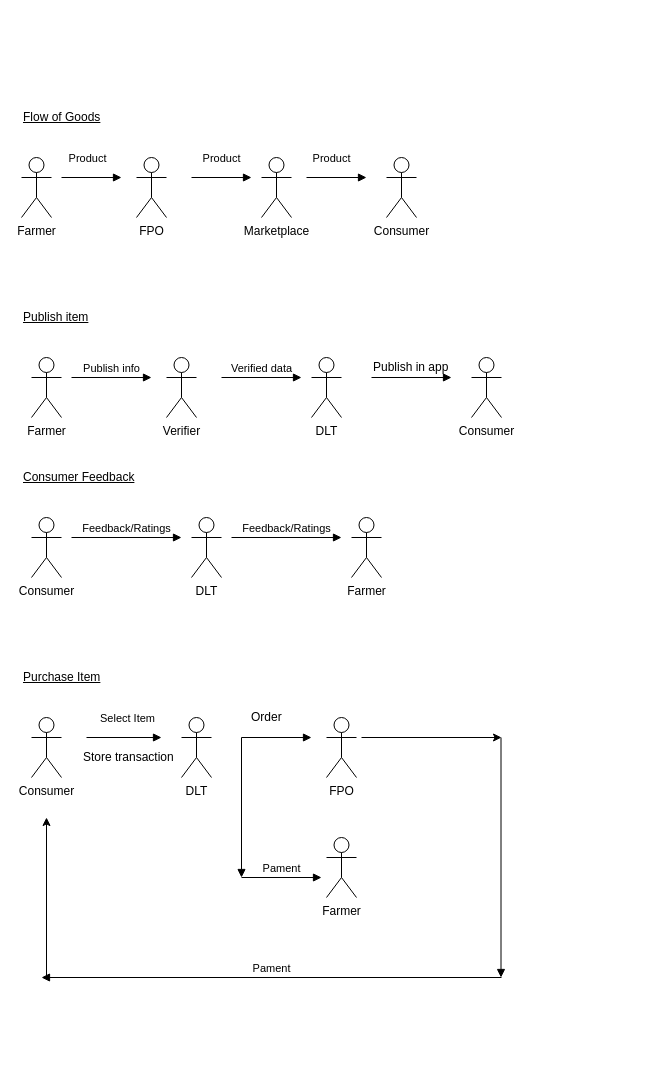
Above: AC-Flow.drawio in shscs911/Calibre-themes-files (draw.io), before the change. Source tidied: cells renumbered, new cells numbered last; positions are measured from the earlier drawing's top-left corner, leaving out a move shared by most shapes. Both pictures are drawn from the tidied source at 100%, with x=0, y=0 at pixel (21, 97).
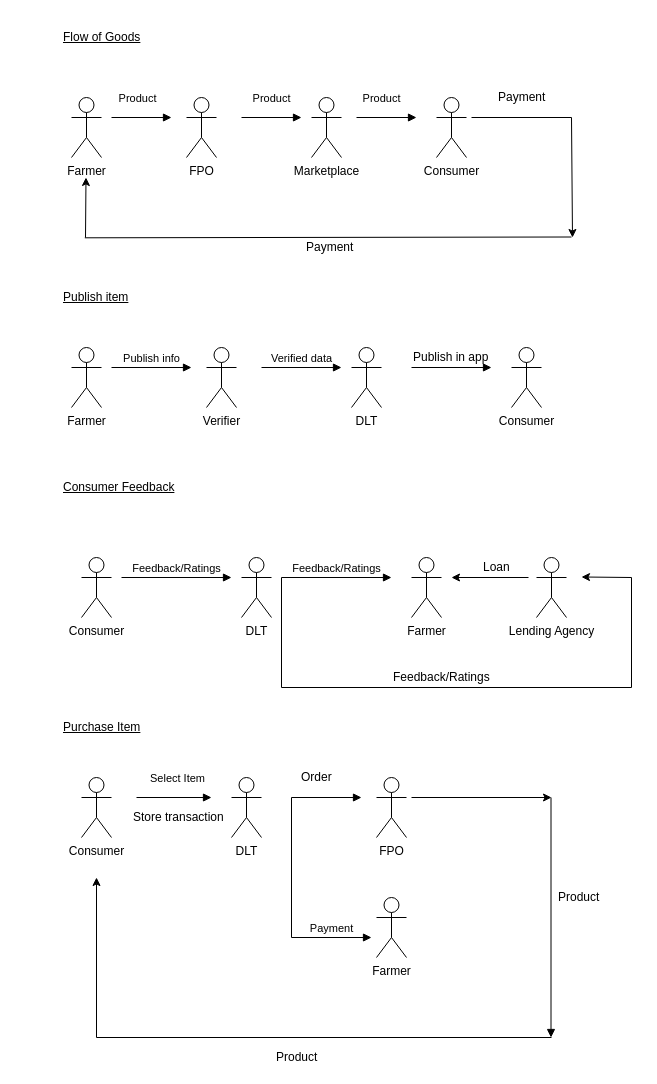
The same page after the edit.

Diff of the diagram source:
```diff
@@
     <mxCell id="2" value="Farmer" style="shape=umlActor;verticalLabelPosition=bottom;labelBackgroundColor=#ffffff;verticalAlign=top;html=1;" parent="1" vertex="1">
-      <mxGeometry y="60" width="30" height="60" as="geometry" />
+      <mxGeometry x="50" width="30" height="60" as="geometry" />
     </mxCell>
     <mxCell id="3" value="Product" style="html=1;verticalAlign=bottom;endArrow=block;" parent="1" edge="1">
       <mxGeometry x="-0.14" y="10" relative="1" as="geometry">
-        <mxPoint x="40" y="80" as="sourcePoint" />
-        <mxPoint x="100" y="80" as="targetPoint" />
+        <mxPoint x="90" y="20" as="sourcePoint" />
+        <mxPoint x="150" y="20" as="targetPoint" />
       </mxGeometry>
     </mxCell>
     <mxCell id="4" value="FPO" style="shape=umlActor;verticalLabelPosition=bottom;labelBackgroundColor=#ffffff;verticalAlign=top;html=1;" parent="1" vertex="1">
-      <mxGeometry x="115" y="60" width="30" height="60" as="geometry" />
+      <mxGeometry x="165" width="30" height="60" as="geometry" />
     </mxCell>
     <mxCell id="5" value="Product" style="html=1;verticalAlign=bottom;endArrow=block;" parent="1" edge="1">
       <mxGeometry y="10" relative="1" as="geometry">
-        <mxPoint x="170" y="80" as="sourcePoint" />
-        <mxPoint x="230" y="80" as="targetPoint" />
+        <mxPoint x="220" y="20" as="sourcePoint" />
+        <mxPoint x="280" y="20" as="targetPoint" />
       </mxGeometry>
     </mxCell>
     <mxCell id="6" value="Marketplace" style="shape=umlActor;verticalLabelPosition=bottom;labelBackgroundColor=#ffffff;verticalAlign=top;html=1;" parent="1" vertex="1">
-      <mxGeometry x="240" y="60" width="30" height="60" as="geometry" />
+      <mxGeometry x="290" width="30" height="60" as="geometry" />
     </mxCell>
     <mxCell id="7" value="Consumer" style="shape=umlActor;verticalLabelPosition=bottom;labelBackgroundColor=#ffffff;verticalAlign=top;html=1;" parent="1" vertex="1">
-      <mxGeometry x="365" y="60" width="30" height="60" as="geometry" />
+      <mxGeometry x="415" width="30" height="60" as="geometry" />
     </mxCell>
     <mxCell id="8" value="Product" style="html=1;verticalAlign=bottom;endArrow=block;" parent="1" edge="1">
       <mxGeometry x="-0.17" y="10" relative="1" as="geometry">
-        <mxPoint x="285" y="80" as="sourcePoint" />
-        <mxPoint x="345" y="80" as="targetPoint" />
+        <mxPoint x="335" y="20" as="sourcePoint" />
+        <mxPoint x="395" y="20" as="targetPoint" />
       </mxGeometry>
     </mxCell>
     <mxCell id="9" value="Farmer" style="shape=umlActor;verticalLabelPosition=bottom;labelBackgroundColor=#ffffff;verticalAlign=top;html=1;" parent="1" vertex="1">
-      <mxGeometry x="10" y="260" width="30" height="60" as="geometry" />
+      <mxGeometry x="50" y="250" width="30" height="60" as="geometry" />
     </mxCell>
     <mxCell id="10" value="Publish info" style="html=1;verticalAlign=bottom;endArrow=block;" parent="1" edge="1">
       <mxGeometry relative="1" as="geometry">
-        <mxPoint x="50" y="280" as="sourcePoint" />
-        <mxPoint x="130" y="280" as="targetPoint" />
+        <mxPoint x="90" y="270" as="sourcePoint" />
+        <mxPoint x="170" y="270" as="targetPoint" />
       </mxGeometry>
     </mxCell>
     <mxCell id="11" value="Verifier" style="shape=umlActor;verticalLabelPosition=bottom;labelBackgroundColor=#ffffff;verticalAlign=top;html=1;" parent="1" vertex="1">
-      <mxGeometry x="145" y="260" width="30" height="60" as="geometry" />
+      <mxGeometry x="185" y="250" width="30" height="60" as="geometry" />
     </mxCell>
     <mxCell id="12" value="Verified data" style="html=1;verticalAlign=bottom;endArrow=block;" parent="1" edge="1">
       <mxGeometry relative="1" as="geometry">
-        <mxPoint x="200" y="280" as="sourcePoint" />
-        <mxPoint x="280" y="280" as="targetPoint" />
+        <mxPoint x="240" y="270" as="sourcePoint" />
+        <mxPoint x="320" y="270" as="targetPoint" />
       </mxGeometry>
     </mxCell>
     <mxCell id="13" value="DLT" style="shape=umlActor;verticalLabelPosition=bottom;labelBackgroundColor=#ffffff;verticalAlign=top;html=1;" parent="1" vertex="1">
-      <mxGeometry x="290" y="260" width="30" height="60" as="geometry" />
+      <mxGeometry x="330" y="250" width="30" height="60" as="geometry" />
     </mxCell>
     <mxCell id="14" style="html=1;verticalAlign=bottom;endArrow=block;" parent="1" edge="1">
       <mxGeometry relative="1" as="geometry">
-        <mxPoint x="350" y="280" as="sourcePoint" />
-        <mxPoint x="430" y="280" as="targetPoint" />
+        <mxPoint x="390" y="270" as="sourcePoint" />
+        <mxPoint x="470" y="270" as="targetPoint" />
       </mxGeometry>
     </mxCell>
     <mxCell id="15" value="Publish in app" style="text;html=1;align=left;verticalAlign=top;spacingTop=-4;" parent="1" vertex="1">
-      <mxGeometry x="350" y="260" width="90" height="20" as="geometry" />
+      <mxGeometry x="390" y="250" width="90" height="20" as="geometry" />
     </mxCell>
     <mxCell id="16" value="Consumer" style="shape=umlActor;verticalLabelPosition=bottom;labelBackgroundColor=#ffffff;verticalAlign=top;html=1;" parent="1" vertex="1">
-      <mxGeometry x="450" y="260" width="30" height="60" as="geometry" />
+      <mxGeometry x="490" y="250" width="30" height="60" as="geometry" />
     </mxCell>
     <mxCell id="17" value="Consumer" style="shape=umlActor;verticalLabelPosition=bottom;labelBackgroundColor=#ffffff;verticalAlign=top;html=1;" parent="1" vertex="1">
-      <mxGeometry x="10" y="420" width="30" height="60" as="geometry" />
+      <mxGeometry x="60" y="460" width="30" height="60" as="geometry" />
     </mxCell>
     <mxCell id="18" value="Feedback/Ratings" style="html=1;verticalAlign=bottom;endArrow=block;" parent="1" edge="1">
       <mxGeometry relative="1" as="geometry">
-        <mxPoint x="50" y="440" as="sourcePoint" />
-        <mxPoint x="160" y="440" as="targetPoint" />
+        <mxPoint x="100" y="480" as="sourcePoint" />
+        <mxPoint x="210" y="480" as="targetPoint" />
       </mxGeometry>
     </mxCell>
     <mxCell id="19" value="DLT" style="shape=umlActor;verticalLabelPosition=bottom;labelBackgroundColor=#ffffff;verticalAlign=top;html=1;" parent="1" vertex="1">
-      <mxGeometry x="170" y="420" width="30" height="60" as="geometry" />
+      <mxGeometry x="220" y="460" width="30" height="60" as="geometry" />
     </mxCell>
-    <mxCell id="20" value="Farmer" style="shape=umlActor;verticalLabelPosition=bottom;labelBackgroundColor=#ffffff;verticalAlign=top;html=1;" parent="1" vertex="1">
-      <mxGeometry x="330" y="420" width="30" height="60" as="geometry" />
+    <mxCell id="20" value="Lending Agency" style="shape=umlActor;verticalLabelPosition=bottom;labelBackgroundColor=#ffffff;verticalAlign=top;html=1;" parent="1" vertex="1">
+      <mxGeometry x="515" y="460" width="30" height="60" as="geometry" />
     </mxCell>
     <mxCell id="21" value="Feedback/Ratings" style="html=1;verticalAlign=bottom;endArrow=block;" parent="1" edge="1">
       <mxGeometry relative="1" as="geometry">
-        <mxPoint x="210" y="440" as="sourcePoint" />
-        <mxPoint x="320" y="440" as="targetPoint" />
+        <mxPoint x="260" y="480" as="sourcePoint" />
+        <mxPoint x="370" y="480" as="targetPoint" />
       </mxGeometry>
     </mxCell>
     <mxCell id="22" value="Flow of Goods" style="text;html=1;strokeColor=none;fillColor=none;align=left;verticalAlign=middle;whiteSpace=wrap;rounded=0;fontStyle=4;" parent="1" vertex="1">
-      <mxGeometry width="110" height="40" as="geometry" />
+      <mxGeometry x="40" y="-80" width="110" height="40" as="geometry" />
     </mxCell>
     <mxCell id="23" value="Publish item" style="text;html=1;strokeColor=none;fillColor=none;align=left;verticalAlign=middle;whiteSpace=wrap;rounded=0;fontStyle=4;" parent="1" vertex="1">
-      <mxGeometry y="200" width="110" height="40" as="geometry" />
+      <mxGeometry x="40" y="180" width="70" height="40" as="geometry" />
     </mxCell>
     <mxCell id="24" value="Consumer Feedback" style="text;html=1;strokeColor=none;fillColor=none;align=left;verticalAlign=middle;whiteSpace=wrap;rounded=0;fontStyle=4;" parent="1" vertex="1">
-      <mxGeometry y="360" width="120" height="40" as="geometry" />
+      <mxGeometry x="40" y="370" width="120" height="40" as="geometry" />
     </mxCell>
     <mxCell id="25" value="Purchase Item" style="text;html=1;strokeColor=none;fillColor=none;align=left;verticalAlign=middle;whiteSpace=wrap;rounded=0;fontStyle=4;" parent="1" vertex="1">
-      <mxGeometry y="560" width="120" height="40" as="geometry" />
+      <mxGeometry x="40" y="610" width="80" height="40" as="geometry" />
     </mxCell>
     <mxCell id="26" value="Consumer" style="shape=umlActor;verticalLabelPosition=bottom;labelBackgroundColor=#ffffff;verticalAlign=top;html=1;" parent="1" vertex="1">
-      <mxGeometry x="10" y="620" width="30" height="60" as="geometry" />
+      <mxGeometry x="60" y="680" width="30" height="60" as="geometry" />
     </mxCell>
     <mxCell id="27" value="Select Item" style="html=1;verticalAlign=bottom;endArrow=block;" parent="1" edge="1">
       <mxGeometry x="0.08" y="10" relative="1" as="geometry">
-        <mxPoint x="65" y="640" as="sourcePoint" />
-        <mxPoint x="140" y="640" as="targetPoint" />
+        <mxPoint x="115" y="700" as="sourcePoint" />
+        <mxPoint x="190" y="700" as="targetPoint" />
       </mxGeometry>
     </mxCell>
     <mxCell id="28" value="DLT" style="shape=umlActor;verticalLabelPosition=bottom;labelBackgroundColor=#ffffff;verticalAlign=top;html=1;" parent="1" vertex="1">
-      <mxGeometry x="160" y="620" width="30" height="60" as="geometry" />
+      <mxGeometry x="210" y="680" width="30" height="60" as="geometry" />
     </mxCell>
     <mxCell id="29" style="html=1;verticalAlign=bottom;endArrow=block;" parent="1" edge="1">
       <mxGeometry x="0.08" y="10" relative="1" as="geometry">
-        <mxPoint x="220" y="640" as="sourcePoint" />
-        <mxPoint x="290" y="640" as="targetPoint" />
+        <mxPoint x="270" y="700" as="sourcePoint" />
+        <mxPoint x="340" y="700" as="targetPoint" />
       </mxGeometry>
     </mxCell>
     <mxCell id="30" value="Store transaction" style="text;html=1;align=left;verticalAlign=top;spacingTop=-4;" parent="1" vertex="1">
-      <mxGeometry x="60" y="650" width="100" height="20" as="geometry" />
+      <mxGeometry x="110" y="710" width="100" height="20" as="geometry" />
     </mxCell>
     <mxCell id="31" value="FPO" style="shape=umlActor;verticalLabelPosition=bottom;labelBackgroundColor=#ffffff;verticalAlign=top;html=1;" parent="1" vertex="1">
-      <mxGeometry x="305" y="620" width="30" height="60" as="geometry" />
+      <mxGeometry x="355" y="680" width="30" height="60" as="geometry" />
     </mxCell>
     <mxCell id="32" value="Order" style="text;html=1;align=left;verticalAlign=top;spacingTop=-4;" parent="1" vertex="1">
-      <mxGeometry x="227.5" y="610" width="50" height="20" as="geometry" />
+      <mxGeometry x="277.5" y="670" width="50" height="20" as="geometry" />
     </mxCell>
-    <mxCell id="33" style="html=1;verticalAlign=bottom;endArrow=block;" parent="1" edge="1">
-      <mxGeometry relative="1" as="geometry">
-        <mxPoint x="220" y="640" as="sourcePoint" />
-        <mxPoint x="220" y="780" as="targetPoint" />
-      </mxGeometry>
-    </mxCell>
-    <mxCell id="34" value="Pament" style="html=1;verticalAlign=bottom;endArrow=block;" parent="1" edge="1">
-      <mxGeometry relative="1" as="geometry">
-        <mxPoint x="480" y="880" as="sourcePoint" />
-        <mxPoint x="20" y="880" as="targetPoint" />
-      </mxGeometry>
-    </mxCell>
     <mxCell id="35" value="Farmer" style="shape=umlActor;verticalLabelPosition=bottom;labelBackgroundColor=#ffffff;verticalAlign=top;html=1;" parent="1" vertex="1">
-      <mxGeometry x="305" y="740" width="30" height="60" as="geometry" />
+      <mxGeometry x="355" y="800" width="30" height="60" as="geometry" />
     </mxCell>
     <mxCell id="36" style="endArrow=classic;html=1;" parent="1" edge="1">
       <mxGeometry relative="1" as="geometry">
-        <mxPoint x="340" y="640" as="sourcePoint" />
-        <mxPoint x="480" y="640" as="targetPoint" />
+        <mxPoint x="390" y="700" as="sourcePoint" />
+        <mxPoint x="530" y="700" as="targetPoint" />
       </mxGeometry>
     </mxCell>
     <mxCell id="37" style="html=1;verticalAlign=bottom;endArrow=block;" parent="1" edge="1">
       <mxGeometry relative="1" as="geometry">
-        <mxPoint x="479.5" y="640" as="sourcePoint" />
-        <mxPoint x="479.5" y="880" as="targetPoint" />
+        <mxPoint x="529.5" y="700" as="sourcePoint" />
+        <mxPoint x="529.5" y="940" as="targetPoint" />
       </mxGeometry>
     </mxCell>
-    <mxCell id="38" value="Pament" style="html=1;verticalAlign=bottom;endArrow=block;" parent="1" edge="1">
+    <mxCell id="38" value="Payment" style="html=1;verticalAlign=bottom;endArrow=block;" parent="1" edge="1">
       <mxGeometry relative="1" as="geometry">
-        <mxPoint x="220" y="780" as="sourcePoint" />
-        <mxPoint x="300" y="780" as="targetPoint" />
+        <mxPoint x="270" y="840" as="sourcePoint" />
+        <mxPoint x="350" y="840" as="targetPoint" />
       </mxGeometry>
     </mxCell>
     <mxCell id="39" style="endArrow=classic;html=1;" parent="1" edge="1">
       <mxGeometry relative="1" as="geometry">
-        <mxPoint x="25" y="880" as="sourcePoint" />
-        <mxPoint x="25" y="720" as="targetPoint" />
+        <mxPoint x="75" y="940" as="sourcePoint" />
+        <mxPoint x="75" y="780" as="targetPoint" />
       </mxGeometry>
     </mxCell>
+    <mxCell id="40" style="endArrow=none;html=1;" parent="1" edge="1">
+      <mxGeometry relative="1" as="geometry">
+        <mxPoint x="270" y="840" as="sourcePoint" />
+        <mxPoint x="270" y="700" as="targetPoint" />
+      </mxGeometry>
+    </mxCell>
+    <mxCell id="41" style="endArrow=classic;html=1;" parent="1" edge="1">
+      <mxGeometry relative="1" as="geometry">
+        <mxPoint x="550" y="20" as="sourcePoint" />
+        <mxPoint x="551" y="140" as="targetPoint" />
+      </mxGeometry>
+    </mxCell>
+    <mxCell id="42" style="endArrow=none;html=1;" parent="1" edge="1">
+      <mxGeometry relative="1" as="geometry">
+        <mxPoint x="450" y="20" as="sourcePoint" />
+        <mxPoint x="550" y="20" as="targetPoint" />
+      </mxGeometry>
+    </mxCell>
+    <mxCell id="43" style="endArrow=classic;html=1;exitX=0.127;exitY=0;exitDx=0;exitDy=0;exitPerimeter=0;" parent="1" edge="1">
+      <mxGeometry relative="1" as="geometry">
+        <mxPoint x="64" y="140" as="sourcePoint" />
+        <mxPoint x="64.5" y="80" as="targetPoint" />
+      </mxGeometry>
+    </mxCell>
+    <mxCell id="44" style="endArrow=none;html=1;exitX=0.121;exitY=0.007;exitDx=0;exitDy=0;exitPerimeter=0;" parent="1" edge="1">
+      <mxGeometry relative="1" as="geometry">
+        <mxPoint x="63.3" y="140.3" as="sourcePoint" />
+        <mxPoint x="550" y="139.5" as="targetPoint" />
+      </mxGeometry>
+    </mxCell>
+    <mxCell id="45" style="endArrow=none;html=1;" parent="1" edge="1">
+      <mxGeometry relative="1" as="geometry">
+        <mxPoint x="260" y="590" as="sourcePoint" />
+        <mxPoint x="260" y="480" as="targetPoint" />
+      </mxGeometry>
+    </mxCell>
+    <mxCell id="46" style="endArrow=none;html=1;" parent="1" edge="1">
+      <mxGeometry relative="1" as="geometry">
+        <mxPoint x="260" y="590" as="sourcePoint" />
+        <mxPoint x="610" y="590" as="targetPoint" />
+      </mxGeometry>
+    </mxCell>
+    <mxCell id="47" style="endArrow=classic;html=1;" parent="1" edge="1">
+      <mxGeometry relative="1" as="geometry">
+        <mxPoint x="507" y="480" as="sourcePoint" />
+        <mxPoint x="430" y="480" as="targetPoint" />
+      </mxGeometry>
+    </mxCell>
+    <mxCell id="48" value="Farmer" style="shape=umlActor;verticalLabelPosition=bottom;labelBackgroundColor=#ffffff;verticalAlign=top;html=1;" parent="1" vertex="1">
+      <mxGeometry x="390" y="460" width="30" height="60" as="geometry" />
+    </mxCell>
+    <mxCell id="49" value="Feedback/Ratings" style="text;html=1;align=left;verticalAlign=top;spacingTop=-4;" parent="1" vertex="1">
+      <mxGeometry x="370" y="570" width="110" height="20" as="geometry" />
+    </mxCell>
+    <mxCell id="50" value="Loan" style="text;html=1;align=left;verticalAlign=top;spacingTop=-4;" parent="1" vertex="1">
+      <mxGeometry x="460" y="460" width="40" height="20" as="geometry" />
+    </mxCell>
+    <mxCell id="51" style="endArrow=none;html=1;" parent="1" edge="1">
+      <mxGeometry relative="1" as="geometry">
+        <mxPoint x="75" y="940" as="sourcePoint" />
+        <mxPoint x="530" y="940" as="targetPoint" />
+      </mxGeometry>
+    </mxCell>
+    <mxCell id="52" value="Product" style="text;html=1;align=left;verticalAlign=top;spacingTop=-4;" parent="1" vertex="1">
+      <mxGeometry x="252.5" y="950" width="60" height="20" as="geometry" />
+    </mxCell>
+    <mxCell id="53" value="Product" style="text;html=1;align=left;verticalAlign=top;spacingTop=-4;" parent="1" vertex="1">
+      <mxGeometry x="535" y="790" width="60" height="20" as="geometry" />
+    </mxCell>
+    <mxCell id="54" value="Payment" style="text;html=1;align=left;verticalAlign=top;spacingTop=-4;" parent="1" vertex="1">
+      <mxGeometry x="282.5" y="140" width="60" height="20" as="geometry" />
+    </mxCell>
+    <mxCell id="55" value="Payment" style="text;html=1;align=left;verticalAlign=top;spacingTop=-4;" parent="1" vertex="1">
+      <mxGeometry x="475" y="-10" width="60" height="20" as="geometry" />
+    </mxCell>
+    <mxCell id="56" style="endArrow=classic;html=1;" parent="1" edge="1">
+      <mxGeometry relative="1" as="geometry">
+        <mxPoint x="610" y="480" as="sourcePoint" />
+        <mxPoint x="560" y="479.5" as="targetPoint" />
+      </mxGeometry>
+    </mxCell>
+    <mxCell id="57" style="endArrow=none;html=1;" parent="1" edge="1">
+      <mxGeometry relative="1" as="geometry">
+        <mxPoint x="610" y="480" as="sourcePoint" />
+        <mxPoint x="610" y="590" as="targetPoint" />
+      </mxGeometry>
+    </mxCell>
```
